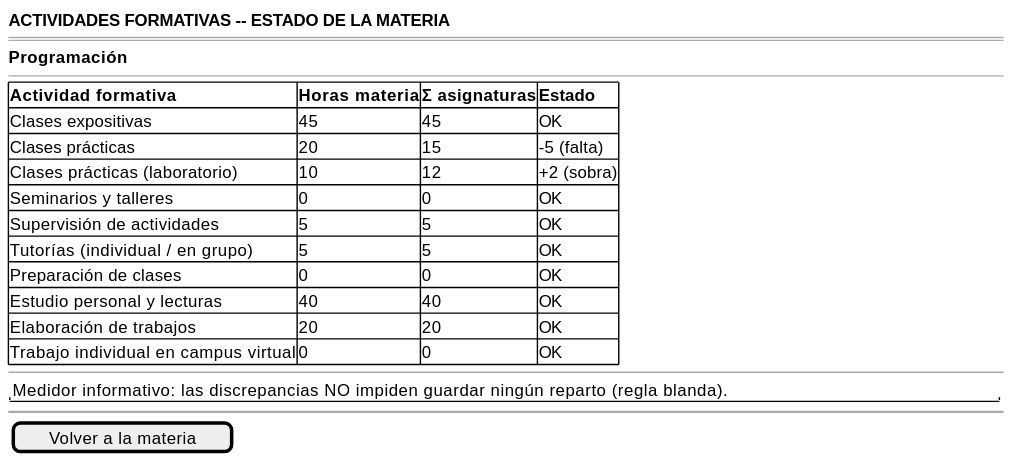
This is images/RUP/01-requisitos/03-detalle-casos-uso/consultarEstadoActividadesFormativasMateria/wireframe.svg from mmasias/pyCeldaPublico, a PlantUML export, as it was before one commit.
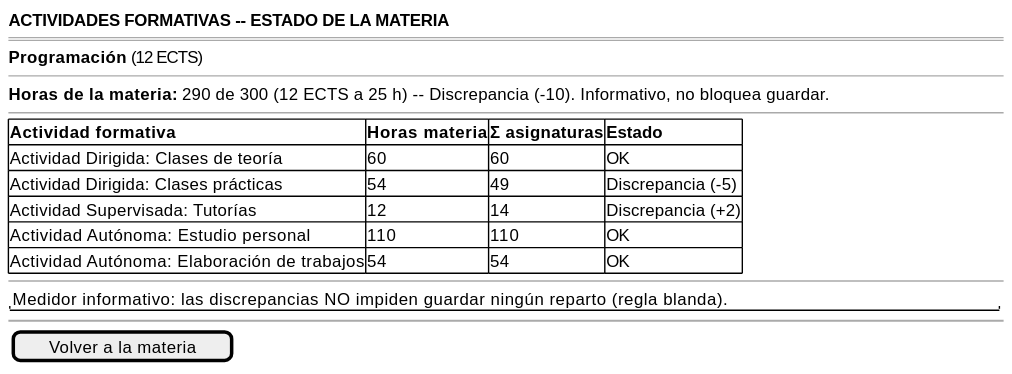
Above is the later version.

What changed in the source:
```diff
@@ -2,20 +2,17 @@
 {
     <b>ACTIVIDADES FORMATIVAS -- ESTADO DE LA MATERIA</b>
     ====
-    <b>Programación</b>
+    <b>Programación</b> (12 ECTS)
+    --
+    <b>Horas de la materia:</b> 290 de 300 (12 ECTS a 25 h) -- Discrepancia (-10). Informativo, no bloquea guardar.
     --
     {#
-        <b>Actividad formativa</b>          | <b>Horas materia</b> | <b>Σ asignaturas</b> | <b>Estado</b>
-        Clases expositivas                  | 45                   | 45                   | OK
-        Clases prácticas                    | 20                   | 15                   | -5 (falta)
-        Clases prácticas (laboratorio)      | 10                   | 12                   | +2 (sobra)
-        Seminarios y talleres               | 0                    | 0                    | OK
-        Supervisión de actividades          | 5                    | 5                    | OK
-        Tutorías (individual / en grupo)    | 5                    | 5                    | OK
-        Preparación de clases               | 0                    | 0                    | OK
-        Estudio personal y lecturas         | 40                   | 40                   | OK
-        Elaboración de trabajos             | 20                   | 20                   | OK
-        Trabajo individual en campus virtual| 0                    | 0                    | OK
+        <b>Actividad formativa</b>                     | <b>Horas materia</b> | <b>Σ asignaturas</b> | <b>Estado</b>
+        Actividad Dirigida: Clases de teoría            | 60                   | 60                   | OK
+        Actividad Dirigida: Clases prácticas            | 54                   | 49                   | Discrepancia (-5)
+        Actividad Supervisada: Tutorías                 | 12                   | 14                   | Discrepancia (+2)
+        Actividad Autónoma: Estudio personal            | 110                  | 110                  | OK
+        Actividad Autónoma: Elaboración de trabajos     | 54                   | 54                   | OK
     }
     --
     "Medidor informativo: las discrepancias NO impiden guardar ningún reparto (regla blanda)."
```
